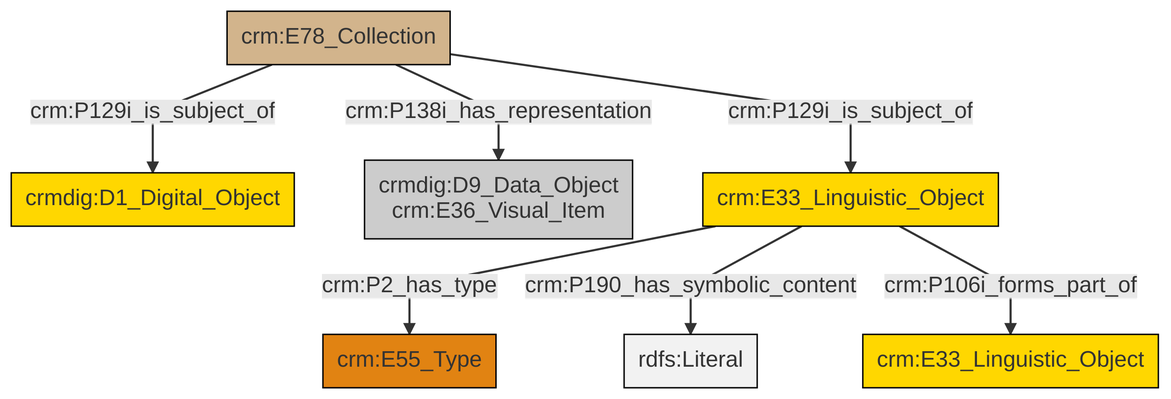
swiss-art-research-net/docs.swissartresearch keeps this Mermaid diagram as et/archivalCSV/ttl/mmd/png/archival_docs.png. Above is the earlier version. Its source is kept beside it as et/archivalCSV/ttl/mmd/archival_docs.ttl.mmd. The source it was exported from:
```mermaid
graph TD
classDef Literal fill:#f2f2f2,stroke:#000000;
classDef CRM_Entity fill:#FFFFFF,stroke:#000000;
classDef Temporal_Entity fill:#00C9E6, stroke:#000000;
classDef Type fill:#E18312, stroke:#000000;
classDef Time-Span fill:#2C9C91, stroke:#000000;
classDef Appellation fill:#FFEB7F, stroke:#000000;
classDef Place fill:#008836, stroke:#000000;
classDef Persistent_Item fill:#B266B2, stroke:#000000;
classDef Conceptual_Object fill:#FFD700, stroke:#000000;
classDef Physical_Thing fill:#D2B48C, stroke:#000000;
classDef Actor fill:#f58aad, stroke:#000000;
classDef PC_Classes fill:#4ce600, stroke:#000000;
classDef Multi fill:#cccccc,stroke:#000000;

8["crm:E33_Linguistic_Object"]:::Conceptual_Object -->|crm:P2_has_type| 10["crm:E55_Type"]:::Type
8["crm:E33_Linguistic_Object"]:::Conceptual_Object -->|crm:P190_has_symbolic_content| 12[rdfs:Literal]:::Literal
2["crm:E78_Collection"]:::Physical_Thing -->|crm:P129i_is_subject_of| 0["crmdig:D1_Digital_Object"]:::Conceptual_Object
8["crm:E33_Linguistic_Object"]:::Conceptual_Object -->|crm:P106i_forms_part_of| 6["crm:E33_Linguistic_Object"]:::Conceptual_Object
2["crm:E78_Collection"]:::Physical_Thing -->|crm:P129i_is_subject_of| 8["crm:E33_Linguistic_Object"]:::Conceptual_Object
2["crm:E78_Collection"]:::Physical_Thing -->|crm:P138i_has_representation| 4["crmdig:D9_Data_Object<br>crm:E36_Visual_Item"]:::Multi
```
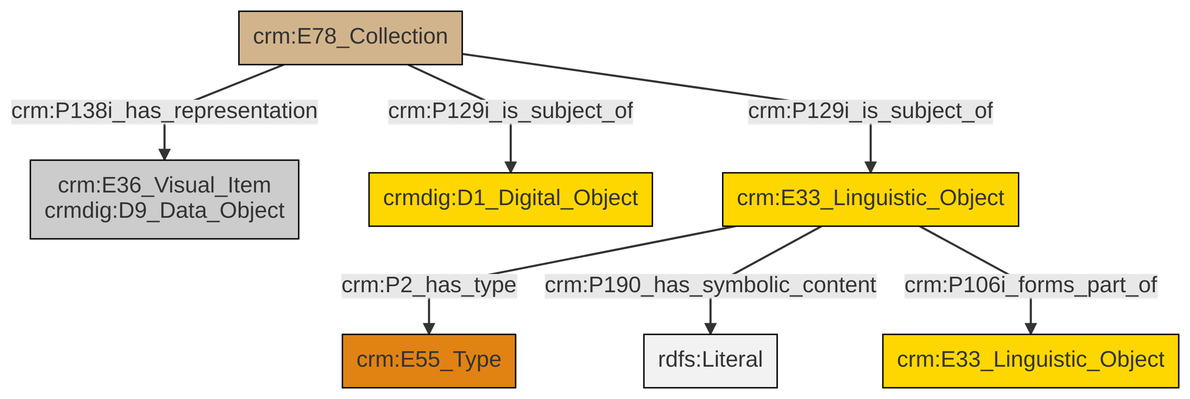
The same file after the commit.

What changed in the source:
```diff
@@ -13,9 +13,9 @@
 classDef PC_Classes fill:#4ce600, stroke:#000000;
 classDef Multi fill:#cccccc,stroke:#000000;
 
-8["crm:E33_Linguistic_Object"]:::Conceptual_Object -->|crm:P2_has_type| 10["crm:E55_Type"]:::Type
-8["crm:E33_Linguistic_Object"]:::Conceptual_Object -->|crm:P190_has_symbolic_content| 12[rdfs:Literal]:::Literal
-2["crm:E78_Collection"]:::Physical_Thing -->|crm:P129i_is_subject_of| 0["crmdig:D1_Digital_Object"]:::Conceptual_Object
-8["crm:E33_Linguistic_Object"]:::Conceptual_Object -->|crm:P106i_forms_part_of| 6["crm:E33_Linguistic_Object"]:::Conceptual_Object
-2["crm:E78_Collection"]:::Physical_Thing -->|crm:P129i_is_subject_of| 8["crm:E33_Linguistic_Object"]:::Conceptual_Object
-2["crm:E78_Collection"]:::Physical_Thing -->|crm:P138i_has_representation| 4["crmdig:D9_Data_Object<br>crm:E36_Visual_Item"]:::Multi
+0["crm:E78_Collection"]:::Physical_Thing -->|crm:P129i_is_subject_of| 4["crmdig:D1_Digital_Object"]:::Conceptual_Object
+0["crm:E78_Collection"]:::Physical_Thing -->|crm:P129i_is_subject_of| 7["crm:E33_Linguistic_Object"]:::Conceptual_Object
+7["crm:E33_Linguistic_Object"]:::Conceptual_Object -->|crm:P2_has_type| 8["crm:E55_Type"]:::Type
+7["crm:E33_Linguistic_Object"]:::Conceptual_Object -->|crm:P190_has_symbolic_content| 14[rdfs:Literal]:::Literal
+7["crm:E33_Linguistic_Object"]:::Conceptual_Object -->|crm:P106i_forms_part_of| 5["crm:E33_Linguistic_Object"]:::Conceptual_Object
+0["crm:E78_Collection"]:::Physical_Thing -->|crm:P138i_has_representation| 2["crm:E36_Visual_Item<br>crmdig:D9_Data_Object"]:::Multi
```
